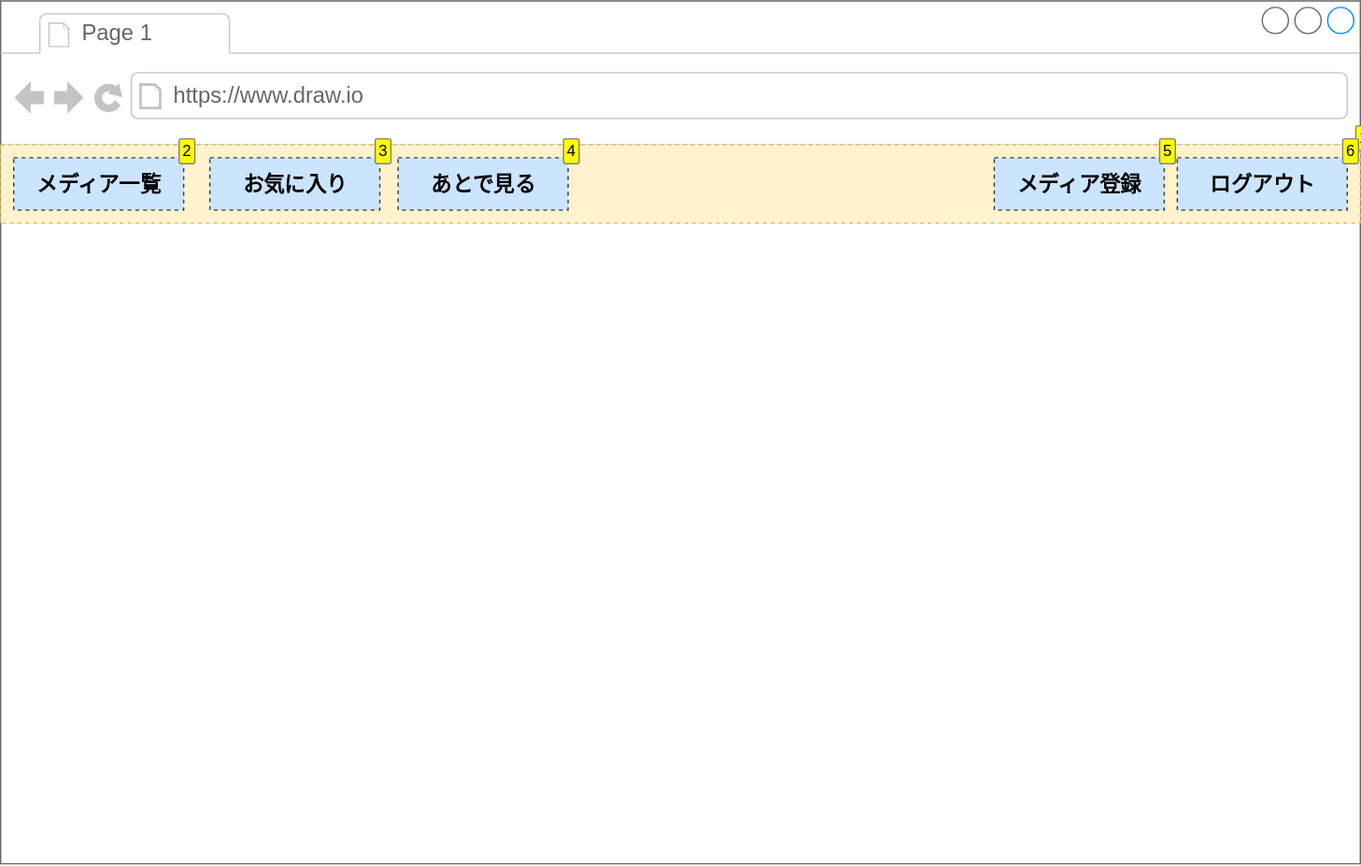
hachimitu22/MangaViewer keeps this draw.io diagram as doc/6_ui/parts/ナビゲーター/wireframe.drawio.svg. Above is the earlier version. Source tidied: cells renumbered, new cells last; positions are measured from the earlier drawing's top-left corner, leaving out a move shared by most shapes.
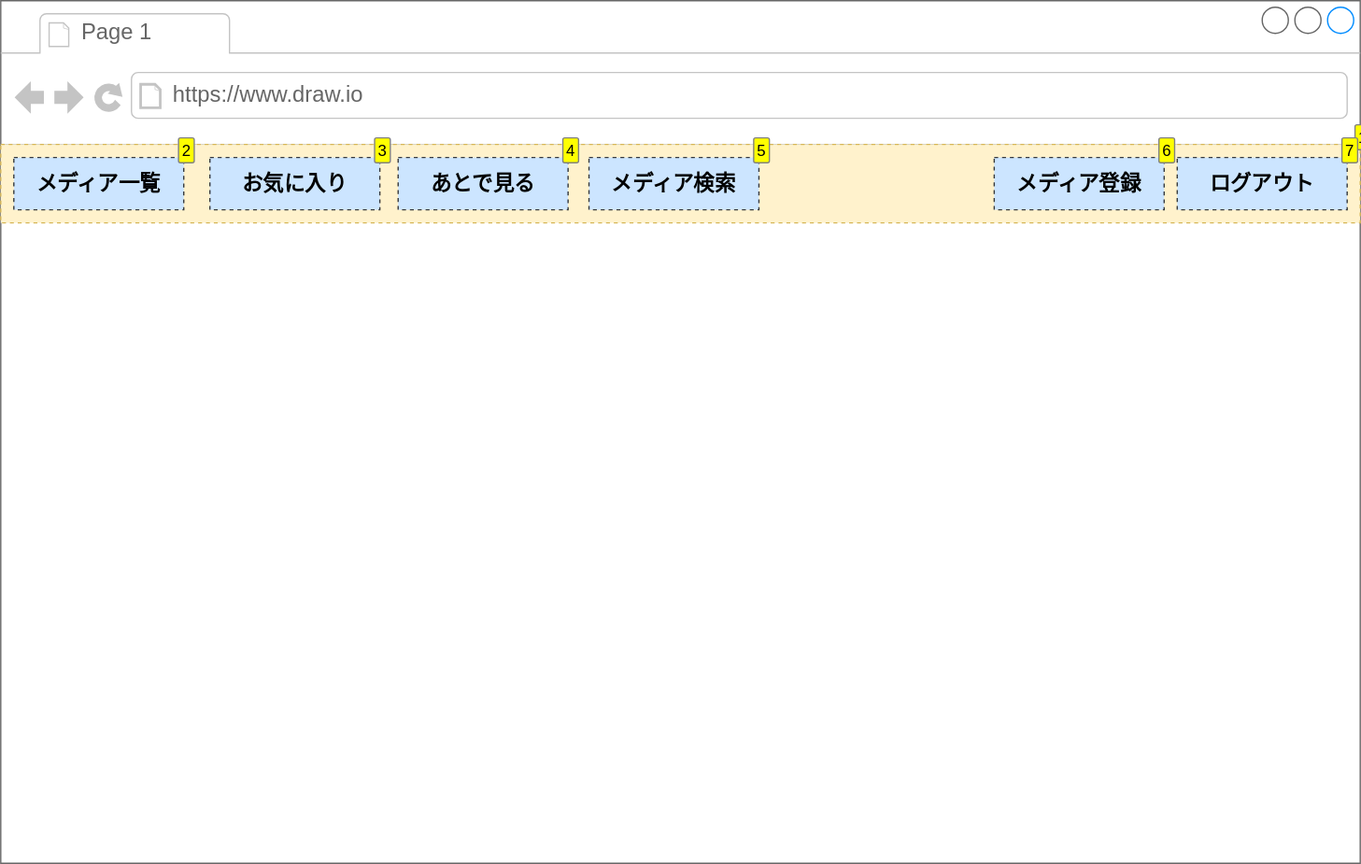
The same diagram one commit later.

Change to the diagram source:
```diff
@@ -23,6 +23,9 @@
     <mxCell id="8" value="あとで見る" style="text;html=1;strokeColor=#36393d;fillColor=#cce5ff;align=center;verticalAlign=middle;whiteSpace=wrap;rounded=0;labelBackgroundColor=none;dashed=1;fontSize=16;fontStyle=1;enumerate=1;" parent="2" vertex="1">
       <mxGeometry x="304" y="120" width="130" height="40" as="geometry" />
     </mxCell>
+    <mxCell id="11" value="メディア検索" style="text;html=1;strokeColor=#36393d;fillColor=#cce5ff;align=center;verticalAlign=middle;whiteSpace=wrap;rounded=0;labelBackgroundColor=none;dashed=1;fontSize=16;fontStyle=1;enumerate=1;" parent="2" vertex="1">
+      <mxGeometry x="450" y="120" width="130" height="40" as="geometry" />
+    </mxCell>
     <mxCell id="9" value="メディア登録" style="text;html=1;strokeColor=#36393d;fillColor=#cce5ff;align=center;verticalAlign=middle;whiteSpace=wrap;rounded=0;labelBackgroundColor=none;dashed=1;fontSize=16;fontStyle=1;enumerate=1;" parent="2" vertex="1">
       <mxGeometry x="760" y="120" width="130" height="40" as="geometry" />
     </mxCell>
```
